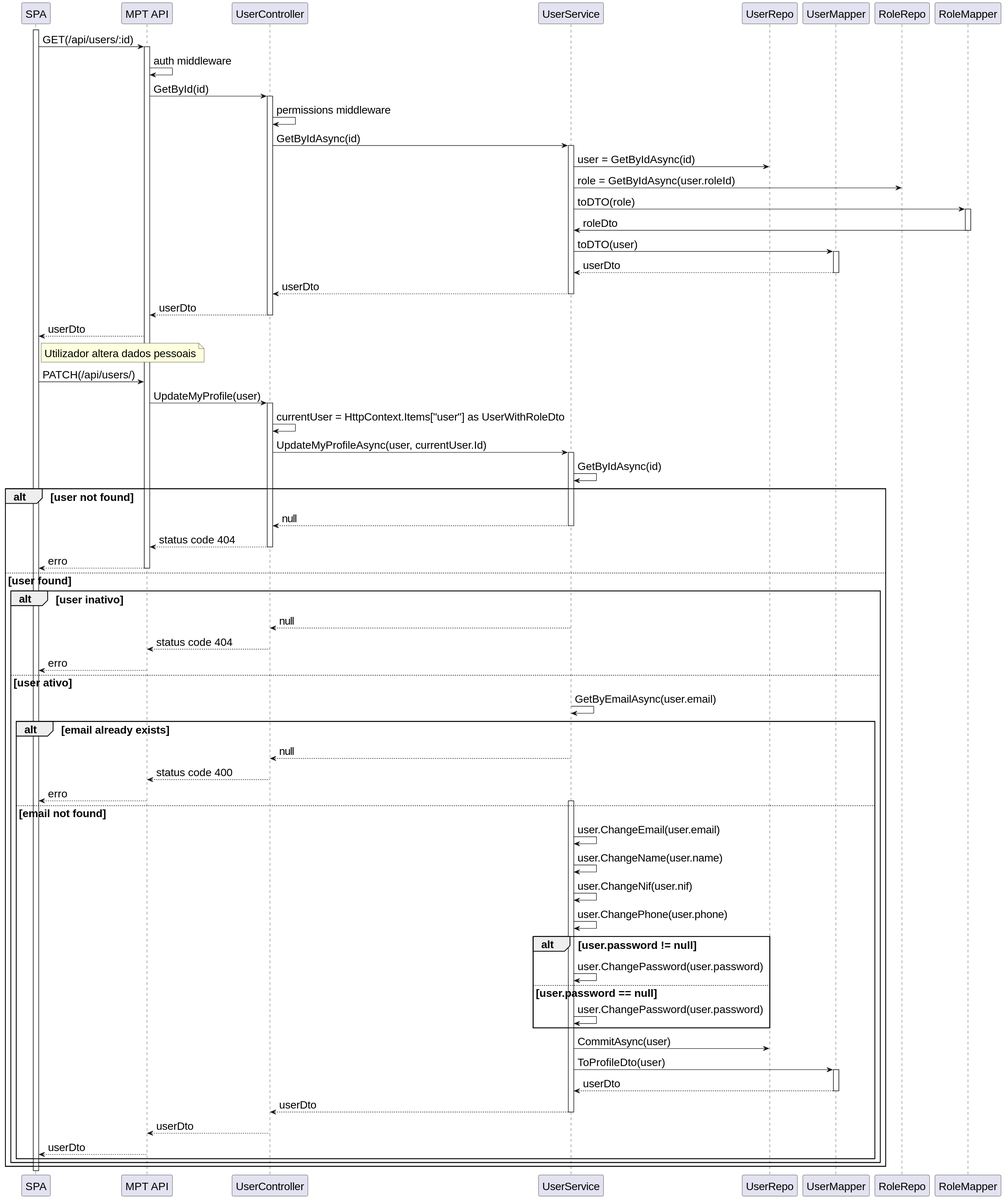
Before: docs/SprintC/nivel3/mpt/N3_US100.svg, a diagram exported from PlantUML (ruben1132/PI5_23-24). Its diagram source:
```plantuml
@startuml
skinparamlocked defaultFontSize 20
participant SPA
participant "MPT API" as API
participant "UserController" as Ctrl
participant "UserService" as Srv
participant "UserRepo" as Repo
participant "UserMapper" as Map
participant "RoleRepo" as rr
participant "RoleMapper" as rm

activate SPA
SPA -> API: GET(/api/users/:id)
activate API

API -> API: auth middleware
API -> Ctrl: GetById(id)
activate Ctrl

Ctrl -> Ctrl: permissions middleware
Ctrl -> Srv: GetByIdAsync(id)
activate Srv

Srv -> Repo: user = GetByIdAsync(id)

Srv -> rr: role = GetByIdAsync(user.roleId)

Srv -> rm: toDTO(role)
activate rm
rm -> Srv: roleDto
deactivate rm

Srv -> Map: toDTO(user)
activate Map
Map --> Srv: userDto
deactivate Map

Srv --> Ctrl: userDto

deactivate Srv
Ctrl --> API: userDto
deactivate Ctrl

API --> SPA: userDto

note right of SPA
    Utilizador altera dados pessoais
end note

SPA -> API: PATCH(/api/users/)

API -> Ctrl: UpdateMyProfile(user)
activate Ctrl

Ctrl -> Ctrl: currentUser = HttpContext.Items["user"] as UserWithRoleDto

Ctrl -> Srv: UpdateMyProfileAsync(user, currentUser.Id)
activate Srv

Srv -> Srv: GetByIdAsync(id)

alt user not found
    Srv --> Ctrl: null
    deactivate Srv

    Ctrl --> API: status code 404
    deactivate Ctrl

    API --> SPA: erro
    deactivate API

else user found

    alt user inativo
        Srv --> Ctrl: null
        deactivate Srv

        Ctrl --> API: status code 404
        deactivate Ctrl

        API --> SPA: erro
        deactivate API

    else user ativo

        Srv -> Srv: GetByEmailAsync(user.email)

        alt email already exists
            Srv --> Ctrl: null
            deactivate Srv

            Ctrl --> API: status code 400
            deactivate Ctrl

            API --> SPA: erro
            deactivate API

        else email not found

            activate Srv
            Srv -> Srv: user.ChangeEmail(user.email)
            Srv -> Srv: user.ChangeName(user.name)
            Srv -> Srv: user.ChangeNif(user.nif)
            Srv -> Srv: user.ChangePhone(user.phone)

            alt user.password != null
                Srv -> Srv: user.ChangePassword(user.password)
            else user.password == null
                Srv -> Srv: user.ChangePassword(user.password)
            end

            Srv -> Repo: CommitAsync(user)
            Srv -> Map: ToProfileDto(user)
            activate Map
            Map --> Srv: userDto
            deactivate Map

            Srv --> Ctrl: userDto
            deactivate Srv

            Ctrl --> API: userDto
            deactivate Ctrl

            API --> SPA: userDto
            deactivate API

        end

    end

end
@enduml
```
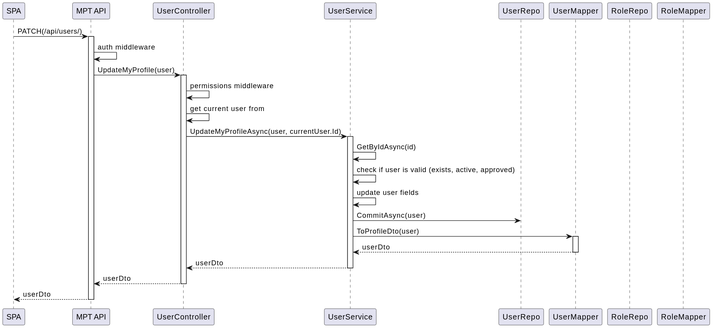
After the commit.

Diff of the diagram source:
```diff
@@ -1,5 +1,4 @@
 @startuml
-skinparamlocked defaultFontSize 20
 participant SPA
 participant "MPT API" as API
 participant "UserController" as Ctrl
@@ -9,124 +8,47 @@
 participant "RoleRepo" as rr
 participant "RoleMapper" as rm
 
-activate SPA
-SPA -> API: GET(/api/users/:id)
+
+
+SPA -> API: PATCH(/api/users/)
 activate API
 
 API -> API: auth middleware
-API -> Ctrl: GetById(id)
-activate Ctrl
-
-Ctrl -> Ctrl: permissions middleware
-Ctrl -> Srv: GetByIdAsync(id)
-activate Srv
-
-Srv -> Repo: user = GetByIdAsync(id)
-
-Srv -> rr: role = GetByIdAsync(user.roleId)
-
-Srv -> rm: toDTO(role)
-activate rm
-rm -> Srv: roleDto
-deactivate rm
-
-Srv -> Map: toDTO(user)
-activate Map
-Map --> Srv: userDto
-deactivate Map
-
-Srv --> Ctrl: userDto
-
-deactivate Srv
-Ctrl --> API: userDto
-deactivate Ctrl
-
-API --> SPA: userDto
-
-note right of SPA
-    Utilizador altera dados pessoais
-end note
-
-SPA -> API: PATCH(/api/users/)
 
 API -> Ctrl: UpdateMyProfile(user)
 activate Ctrl
+Ctrl -> Ctrl: permissions middleware
 
-Ctrl -> Ctrl: currentUser = HttpContext.Items["user"] as UserWithRoleDto
+Ctrl -> Ctrl: get current user from
 
 Ctrl -> Srv: UpdateMyProfileAsync(user, currentUser.Id)
 activate Srv
 
 Srv -> Srv: GetByIdAsync(id)
 
-alt user not found
-    Srv --> Ctrl: null
-    deactivate Srv
+Srv -> Srv: check if user is valid (exists, active, approved)
+Srv -> Srv: update user fields
 
-    Ctrl --> API: status code 404
-    deactivate Ctrl
+Srv -> Repo: CommitAsync(user)
+Srv -> Map: ToProfileDto(user)
+activate Map
+Map --> Srv: userDto
+deactivate Map
 
-    API --> SPA: erro
-    deactivate API
+Srv --> Ctrl: userDto
+deactivate Srv
 
-else user found
+Ctrl --> API: userDto
+deactivate Ctrl
 
-    alt user inativo
-        Srv --> Ctrl: null
-        deactivate Srv
+API --> SPA: userDto
+deactivate API
 
-        Ctrl --> API: status code 404
-        deactivate Ctrl
 
-        API --> SPA: erro
-        deactivate API
 
-    else user ativo
 
-        Srv -> Srv: GetByEmailAsync(user.email)
 
-        alt email already exists
-            Srv --> Ctrl: null
-            deactivate Srv
 
-            Ctrl --> API: status code 400
-            deactivate Ctrl
 
-            API --> SPA: erro
-            deactivate API
 
-        else email not found
-
-            activate Srv
-            Srv -> Srv: user.ChangeEmail(user.email)
-            Srv -> Srv: user.ChangeName(user.name)
-            Srv -> Srv: user.ChangeNif(user.nif)
-            Srv -> Srv: user.ChangePhone(user.phone)
-
-            alt user.password != null
-                Srv -> Srv: user.ChangePassword(user.password)
-            else user.password == null
-                Srv -> Srv: user.ChangePassword(user.password)
-            end
-
-            Srv -> Repo: CommitAsync(user)
-            Srv -> Map: ToProfileDto(user)
-            activate Map
-            Map --> Srv: userDto
-            deactivate Map
-
-            Srv --> Ctrl: userDto
-            deactivate Srv
-
-            Ctrl --> API: userDto
-            deactivate Ctrl
-
-            API --> SPA: userDto
-            deactivate API
-
-        end
-
-    end
-
-end
 @enduml
```
